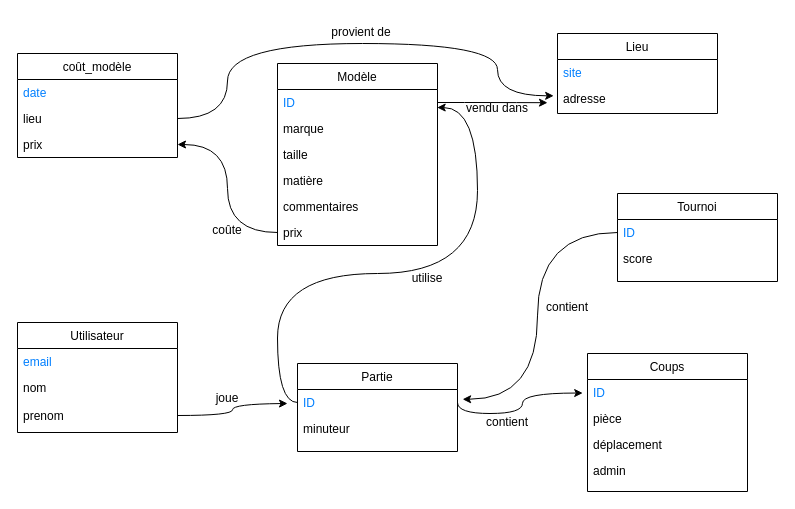
Earlier version of the draw.io diagram Diagramme sans nom.drawio (Senku40k8/Schow7). Source tidied: cells renumbered, new cells numbered last; positions are measured from the earlier drawing's top-left corner, leaving out a move shared by most shapes. Both pictures are drawn from the tidied source at 100%, with x=0, y=0 at pixel (17, 17).
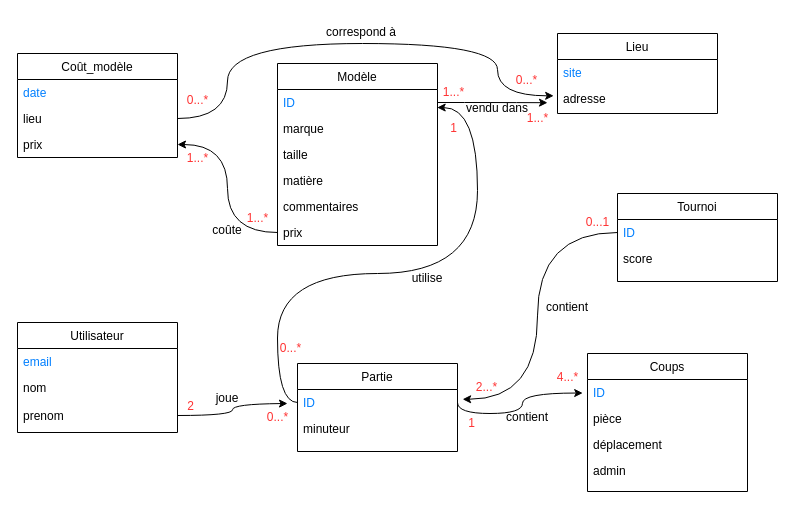
The same diagram, later.

Commit message:
Mettre à jour Diagramme sans nom.drawio

Change to the diagram source:
```diff
@@
-    <mxCell id="2" value="coût_modèle" style="swimlane;fontStyle=0;align=center;verticalAlign=top;horizontal=1;startSize=26;rounded=0;shadow=0;strokeWidth=1;" parent="1" vertex="1">
+    <mxCell id="2" value="Coût_modèle" style="swimlane;fontStyle=0;align=center;verticalAlign=top;horizontal=1;startSize=26;rounded=0;shadow=0;strokeWidth=1;" parent="1" vertex="1">
       <mxGeometry y="36" width="160" height="104" as="geometry" />
     </mxCell>
@@
-    <mxCell id="39" value="provient de" style="text;strokeColor=none;align=center;fillColor=none;html=1;verticalAlign=middle;whiteSpace=wrap;rounded=0;" parent="1" vertex="1">
+    <mxCell id="39" value="correspond à" style="text;strokeColor=none;align=center;fillColor=none;html=1;verticalAlign=middle;whiteSpace=wrap;rounded=0;" parent="1" vertex="1">
       <mxGeometry x="304" width="80" height="30" as="geometry" />
     </mxCell>
@@
     <mxCell id="43" value="contient" style="text;strokeColor=none;align=center;fillColor=none;html=1;verticalAlign=middle;whiteSpace=wrap;rounded=0;" parent="1" vertex="1">
-      <mxGeometry x="450" y="390" width="80" height="30" as="geometry" />
+      <mxGeometry x="470" y="385" width="80" height="30" as="geometry" />
     </mxCell>
@@
+    <mxCell id="45" value="1...*" style="text;html=1;align=center;verticalAlign=middle;strokeColor=none;fillColor=none;fontColor=#FF3333;" parent="1" vertex="1">
+      <mxGeometry x="160" y="126" width="40" height="30" as="geometry" />
+    </mxCell>
+    <mxCell id="46" value="1...*" style="text;html=1;align=center;verticalAlign=middle;strokeColor=none;fillColor=none;fontColor=#FF3333;" parent="1" vertex="1">
+      <mxGeometry x="220" y="186" width="40" height="30" as="geometry" />
+    </mxCell>
+    <mxCell id="47" value="1...*" style="text;html=1;align=center;verticalAlign=middle;strokeColor=none;fillColor=none;fontColor=#FF3333;" parent="1" vertex="1">
+      <mxGeometry x="500" y="86" width="40" height="30" as="geometry" />
+    </mxCell>
+    <mxCell id="48" value="1...*" style="text;html=1;align=center;verticalAlign=middle;strokeColor=none;fillColor=none;fontColor=#FF3333;" parent="1" vertex="1">
+      <mxGeometry x="416" y="60" width="40" height="30" as="geometry" />
+    </mxCell>
+    <mxCell id="49" value="1" style="text;html=1;align=center;verticalAlign=middle;strokeColor=none;fillColor=none;fontColor=#FF3333;" parent="1" vertex="1">
+      <mxGeometry x="421" y="96" width="30" height="30" as="geometry" />
+    </mxCell>
+    <mxCell id="50" value="0...*" style="text;html=1;align=center;verticalAlign=middle;strokeColor=none;fillColor=none;fontColor=#FF3333;" parent="1" vertex="1">
+      <mxGeometry x="253" y="316" width="40" height="30" as="geometry" />
+    </mxCell>
+    <mxCell id="51" value="0...*" style="text;html=1;align=center;verticalAlign=middle;strokeColor=none;fillColor=none;fontColor=#FF3333;" parent="1" vertex="1">
+      <mxGeometry x="240" y="385" width="40" height="30" as="geometry" />
+    </mxCell>
+    <mxCell id="52" value="2" style="text;html=1;align=center;verticalAlign=middle;strokeColor=none;fillColor=none;fontColor=#FF3333;" parent="1" vertex="1">
+      <mxGeometry x="158" y="374" width="30" height="30" as="geometry" />
+    </mxCell>
+    <mxCell id="53" value="1" style="text;html=1;align=center;verticalAlign=middle;strokeColor=none;fillColor=none;fontColor=#FF3333;" parent="1" vertex="1">
+      <mxGeometry x="439" y="391" width="30" height="30" as="geometry" />
+    </mxCell>
+    <mxCell id="54" value="4...*" style="text;html=1;align=center;verticalAlign=middle;strokeColor=none;fillColor=none;rounded=0;glass=1;fontColor=#FF3333;" parent="1" vertex="1">
+      <mxGeometry x="530" y="345" width="40" height="30" as="geometry" />
+    </mxCell>
+    <mxCell id="55" value="0...1" style="text;html=1;align=center;verticalAlign=middle;strokeColor=none;fillColor=none;rounded=0;glass=1;fontColor=#FF3333;" parent="1" vertex="1">
+      <mxGeometry x="555" y="190" width="50" height="30" as="geometry" />
+    </mxCell>
+    <mxCell id="56" value="0...*" style="text;html=1;align=center;verticalAlign=middle;strokeColor=none;fillColor=none;fontColor=#FF3333;" parent="1" vertex="1">
+      <mxGeometry x="489" y="48" width="40" height="30" as="geometry" />
+    </mxCell>
+    <mxCell id="57" value="0...*" style="text;html=1;align=center;verticalAlign=middle;strokeColor=none;fillColor=none;fontColor=#FF3333;" parent="1" vertex="1">
+      <mxGeometry x="160" y="68" width="40" height="30" as="geometry" />
+    </mxCell>
+    <mxCell id="58" value="2...*" style="text;html=1;align=center;verticalAlign=middle;strokeColor=none;fillColor=none;rounded=0;glass=1;fontColor=#FF3333;" parent="1" vertex="1">
+      <mxGeometry x="449" y="355" width="40" height="30" as="geometry" />
+    </mxCell>
```
